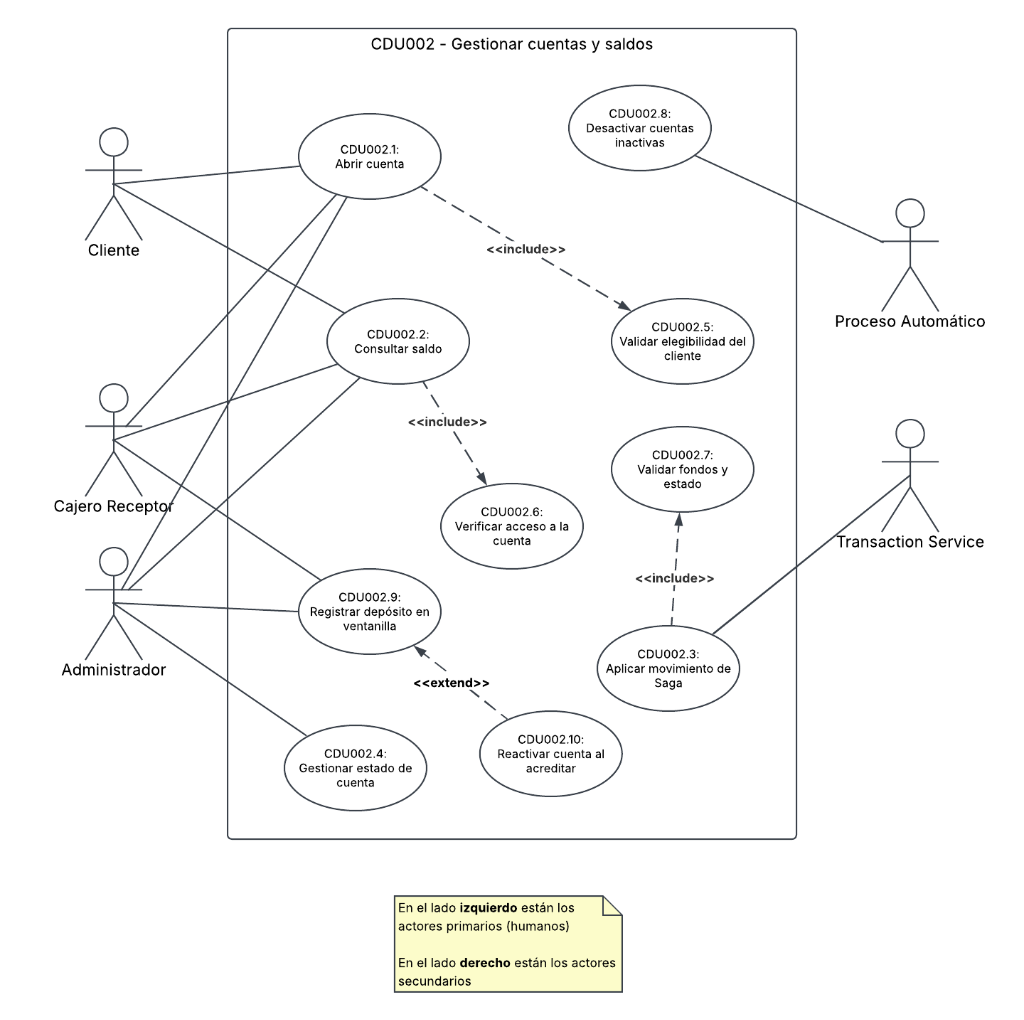
The PlantUML diagram docs/architecture/diagrams/cdu/account/account-casos-de-uso.png in marcosbondel/Proyecto-SA-B-2, before a commit. Its source is kept beside it as docs/architecture/diagrams/cdu/account/account-casos-de-uso.puml.
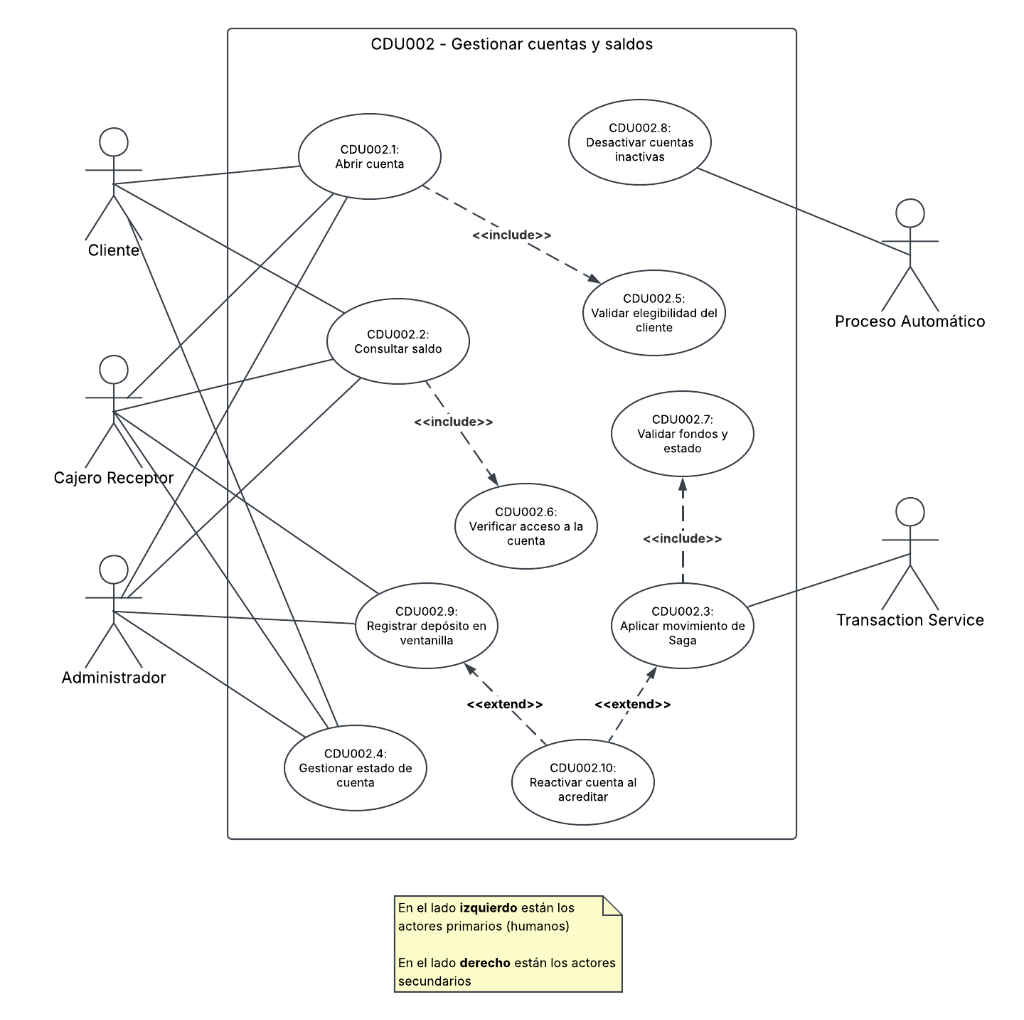
After the commit.

Change to the diagram source:
```diff
@@ -36,8 +36,10 @@
 
 actor_account_customer -- uc_account_open
 actor_account_customer -- uc_account_balance
+actor_account_customer -- uc_account_status
 actor_account_teller -- uc_account_open
 actor_account_teller -- uc_account_balance
+actor_account_teller -- uc_account_status
 actor_account_admin -- uc_account_open
 actor_account_admin -- uc_account_balance
 actor_account_admin -- uc_account_status
```
